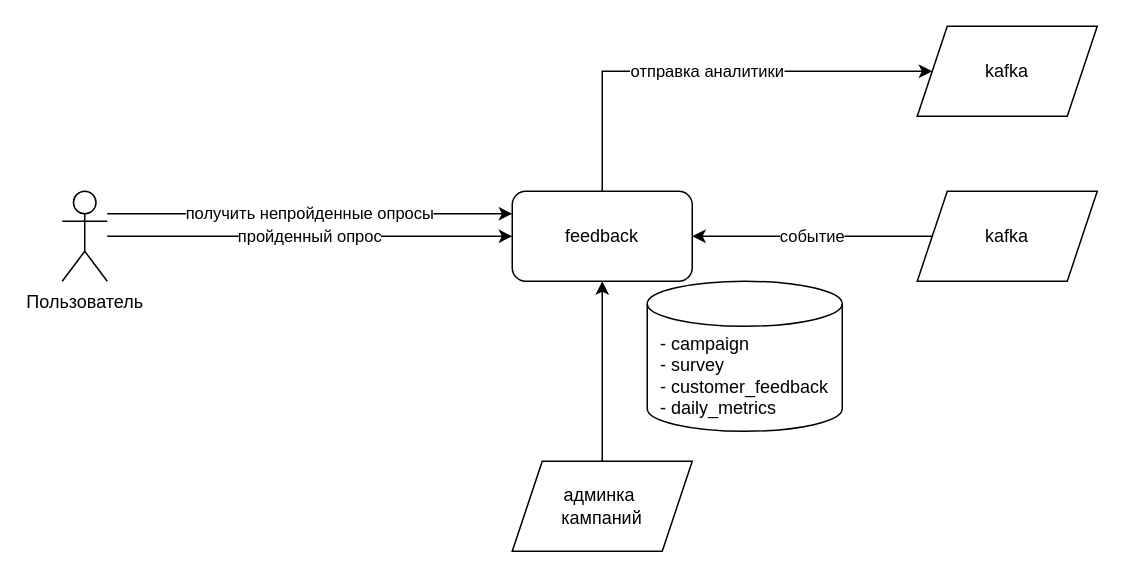
The draw.io diagram mentoring-feedback.drawio in panyukovnn/mentoring-feedback-requirements, before the edit. Source tidied: cells renumbered, new cells numbered last; positions are measured from the earlier drawing's top-left corner, leaving out a move shared by most shapes. Both pictures are drawn from the tidied source at 150%, with x=0, y=0 at pixel (62, 26).
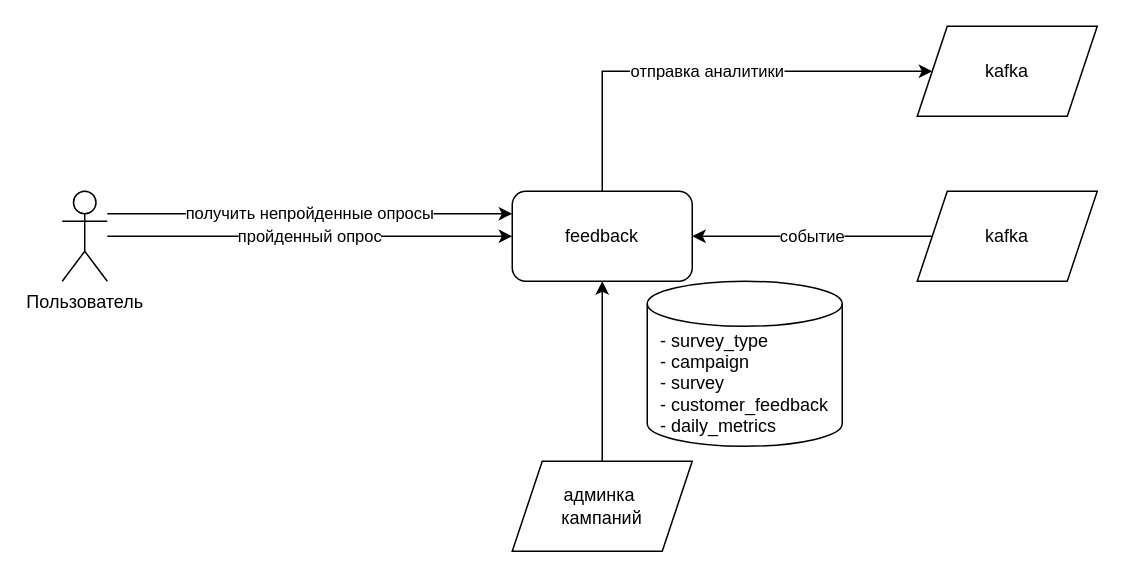
Above is the later version.

What changed in the source:
```diff
@@
 <mxGraphModel>
   <root>
     <mxCell id="0" />
     <mxCell id="1" parent="0" />
     <mxCell id="2" value="отправка аналитики" style="edgeStyle=orthogonalEdgeStyle;rounded=0;jettySize=auto;html=1;entryX=0;entryY=0.5;entryDx=0;entryDy=0;" parent="1" edge="1" source="3" target="12">
       <mxGeometry relative="1" as="geometry">
         <Array as="points">
           <mxPoint x="360" y="30" />
         </Array>
       </mxGeometry>
     </mxCell>
     <mxCell id="3" value="feedback" style="rounded=1;whiteSpace=wrap;html=1;" parent="1" vertex="1">
       <mxGeometry x="300" y="110" width="120" height="60" as="geometry" />
     </mxCell>
-    <mxCell id="4" value="&lt;div style=&quot;text-align: left;&quot;&gt;&lt;span style=&quot;background-color: transparent; color: light-dark(rgb(0, 0, 0), rgb(255, 255, 255));&quot;&gt;- campaign&lt;/span&gt;&lt;/div&gt;&lt;div style=&quot;text-align: left;&quot;&gt;- survey&lt;/div&gt;&lt;div&gt;- customer_feedback&lt;/div&gt;&lt;div style=&quot;text-align: left;&quot;&gt;- daily_metrics&lt;/div&gt;" style="shape=cylinder3;whiteSpace=wrap;html=1;boundedLbl=1;backgroundOutline=1;size=15;" parent="1" vertex="1">
-      <mxGeometry x="390" y="170" width="130" height="100" as="geometry" />
+    <mxCell id="4" value="&lt;div style=&quot;text-align: left;&quot;&gt;&lt;span style=&quot;background-color: transparent; color: light-dark(rgb(0, 0, 0), rgb(255, 255, 255));&quot;&gt;- survey_type&lt;/span&gt;&lt;/div&gt;&lt;div style=&quot;text-align: left;&quot;&gt;&lt;span style=&quot;background-color: transparent; color: light-dark(rgb(0, 0, 0), rgb(255, 255, 255));&quot;&gt;- campaign&lt;/span&gt;&lt;/div&gt;&lt;div style=&quot;text-align: left;&quot;&gt;- survey&lt;/div&gt;&lt;div&gt;- customer_feedback&lt;/div&gt;&lt;div style=&quot;text-align: left;&quot;&gt;- daily_metrics&lt;/div&gt;" style="shape=cylinder3;whiteSpace=wrap;html=1;boundedLbl=1;backgroundOutline=1;size=15;" parent="1" vertex="1">
+      <mxGeometry x="390" y="170" width="130" height="110" as="geometry" />
     </mxCell>
     <mxCell id="5" value="событие" style="edgeStyle=orthogonalEdgeStyle;rounded=0;jettySize=auto;html=1;" parent="1" edge="1" source="6" target="3">
       <mxGeometry relative="1" as="geometry" />
     </mxCell>
     <mxCell id="6" value="kafka" style="shape=parallelogram;perimeter=parallelogramPerimeter;whiteSpace=wrap;html=1;fixedSize=1;" parent="1" vertex="1">
       <mxGeometry x="570" y="110" width="120" height="60" as="geometry" />
     </mxCell>
     <mxCell id="7" value="пройденный опрос" style="edgeStyle=orthogonalEdgeStyle;rounded=0;jettySize=auto;html=1;" parent="1" edge="1" source="9" target="3">
       <mxGeometry relative="1" as="geometry" />
     </mxCell>
     <mxCell id="8" value="получить непройденные опросы" style="edgeStyle=orthogonalEdgeStyle;rounded=0;jettySize=auto;html=1;entryX=0;entryY=0.25;entryDx=0;entryDy=0;" parent="1" edge="1" source="9" target="3">
       <mxGeometry relative="1" as="geometry">
         <Array as="points">
           <mxPoint x="100" y="125" />
           <mxPoint x="100" y="125" />
         </Array>
       </mxGeometry>
     </mxCell>
     <mxCell id="9" value="Пользователь" style="shape=umlActor;verticalLabelPosition=bottom;verticalAlign=top;html=1;outlineConnect=0;" parent="1" vertex="1">
       <mxGeometry y="110" width="30" height="60" as="geometry" />
     </mxCell>
     <mxCell id="10" style="edgeStyle=orthogonalEdgeStyle;rounded=0;jettySize=auto;html=1;" parent="1" edge="1" source="11" target="3">
       <mxGeometry relative="1" as="geometry" />
     </mxCell>
     <mxCell id="11" value="админка&amp;nbsp;&lt;div&gt;кампаний&lt;/div&gt;" style="shape=parallelogram;perimeter=parallelogramPerimeter;whiteSpace=wrap;html=1;fixedSize=1;" parent="1" vertex="1">
       <mxGeometry x="300" y="290" width="120" height="60" as="geometry" />
     </mxCell>
     <mxCell id="12" value="kafka" style="shape=parallelogram;perimeter=parallelogramPerimeter;whiteSpace=wrap;html=1;fixedSize=1;" parent="1" vertex="1">
       <mxGeometry x="570" width="120" height="60" as="geometry" />
     </mxCell>
   </root>
 </mxGraphModel>
```
